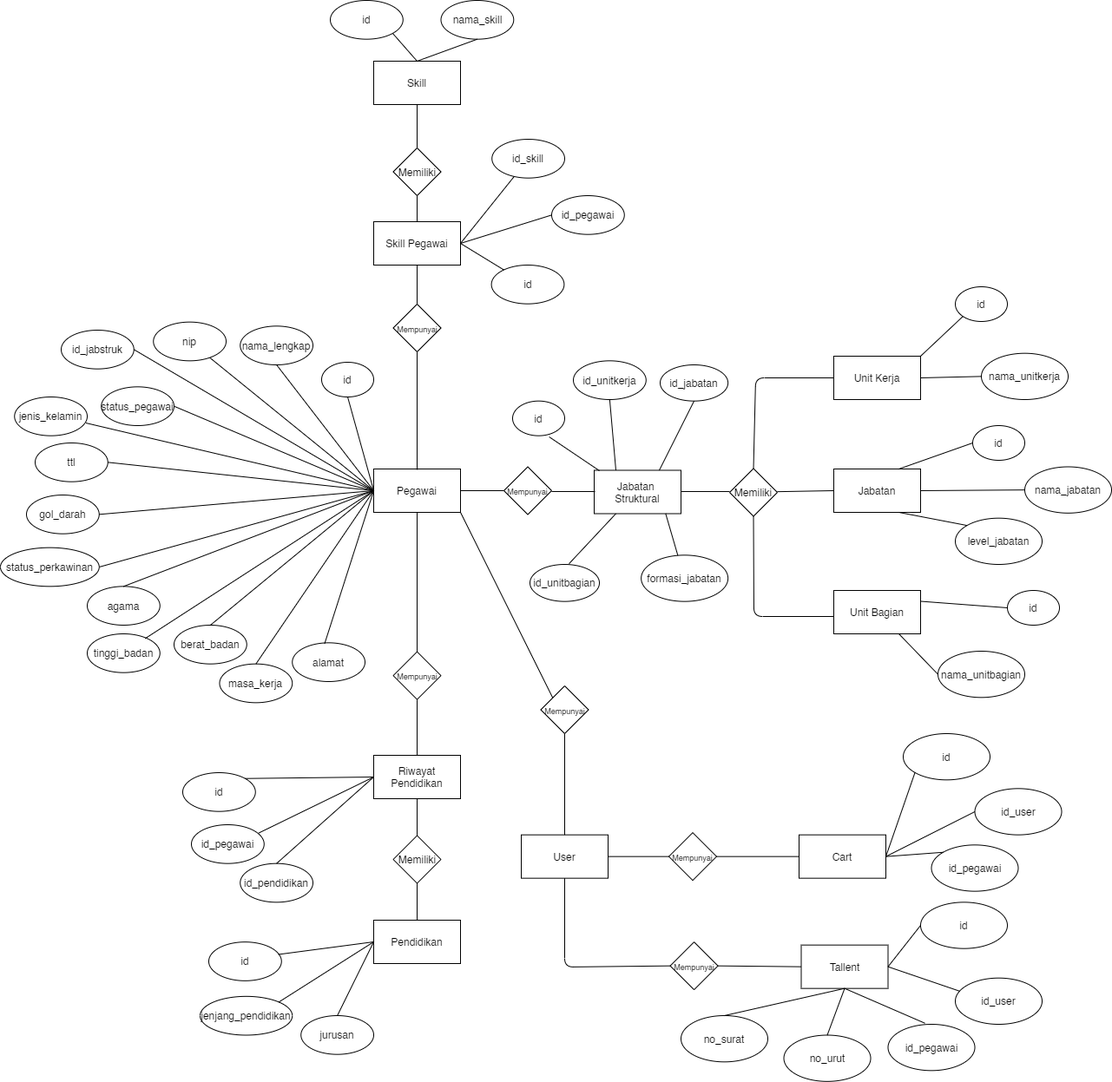
zakariawahyu/bukuPA keeps this draw.io diagram as pics/diagram/ERD.png. Above is the earlier version. Source tidied: cells renumbered, new cells last; positions are measured from the earlier drawing's top-left corner, leaving out a move shared by most shapes.
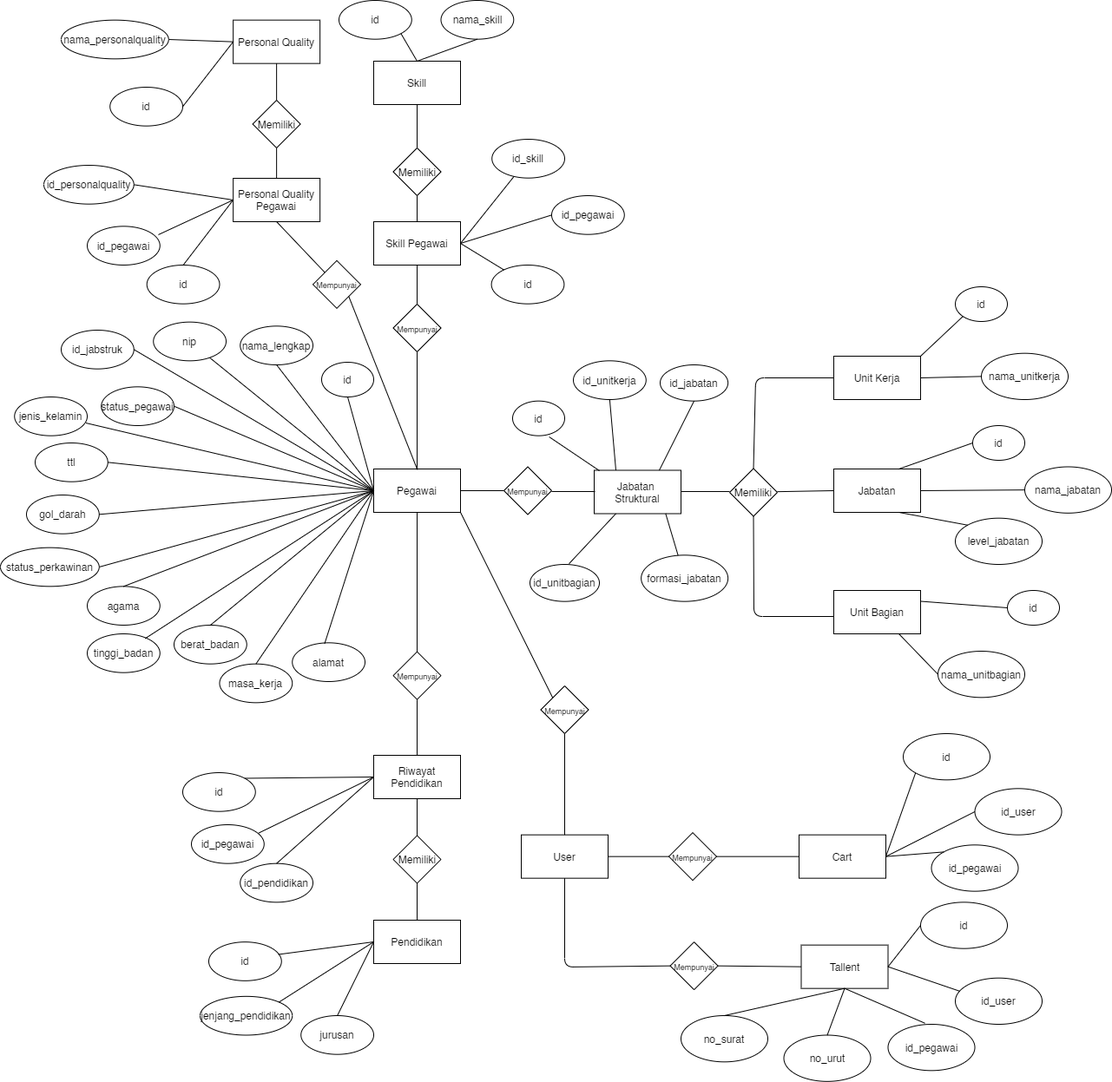
After the commit.

Diff of the diagram source:
```diff
@@ -340,7 +340,7 @@
       <mxGeometry relative="1" as="geometry" />
     </mxCell>
     <mxCell id="108" value="id" style="ellipse;whiteSpace=wrap;html=1;fillColor=none;gradientColor=none;align=center;" parent="1" vertex="1">
-      <mxGeometry x="380" width="83.8" height="44.7" as="geometry" />
+      <mxGeometry x="390" width="83.8" height="44.7" as="geometry" />
     </mxCell>
     <mxCell id="109" value="nama_skill" style="ellipse;whiteSpace=wrap;html=1;fillColor=none;gradientColor=none;align=center;" parent="1" vertex="1">
       <mxGeometry x="507.5" width="83.8" height="44.7" as="geometry" />
@@ -418,5 +418,59 @@
     <mxCell id="132" style="endArrow=none;html=1;entryX=0;entryY=0.5;entryDx=0;entryDy=0;exitX=1;exitY=0.5;exitDx=0;exitDy=0;" parent="1" edge="1" source="46" target="47">
       <mxGeometry relative="1" as="geometry" />
     </mxCell>
+    <mxCell id="133" value="Personal Quality&lt;br&gt;Pegawai" style="rounded=0;whiteSpace=wrap;html=1;fillColor=none;gradientColor=none;align=center;" parent="1" vertex="1">
+      <mxGeometry x="268.1" y="205" width="100" height="50" as="geometry" />
+    </mxCell>
+    <mxCell id="134" value="&lt;font style=&quot;font-size: 9px&quot;&gt;Mempunyai&lt;/font&gt;" style="rhombus;whiteSpace=wrap;html=1;fillColor=none;gradientColor=none;align=center;" parent="1" vertex="1">
+      <mxGeometry x="360" y="299.8" width="55" height="55" as="geometry" />
+    </mxCell>
+    <mxCell id="135" value="Personal Quality" style="rounded=0;whiteSpace=wrap;html=1;fillColor=none;gradientColor=none;align=center;" parent="1" vertex="1">
+      <mxGeometry x="268.1" y="22.7" width="100" height="50" as="geometry" />
+    </mxCell>
+    <mxCell id="136" value="Memiliki" style="rhombus;whiteSpace=wrap;html=1;fillColor=none;gradientColor=none;align=center;" parent="1" vertex="1">
+      <mxGeometry x="290.6" y="115" width="55" height="55" as="geometry" />
+    </mxCell>
+    <mxCell id="137" style="endArrow=none;html=1;exitX=0.5;exitY=0;exitDx=0;exitDy=0;entryX=0.5;entryY=1;entryDx=0;entryDy=0;" parent="1" edge="1" source="133" target="136">
+      <mxGeometry relative="1" as="geometry" />
+    </mxCell>
+    <mxCell id="138" style="endArrow=none;html=1;exitX=0.5;exitY=0;exitDx=0;exitDy=0;" parent="1" edge="1" source="136" target="135">
+      <mxGeometry relative="1" as="geometry" />
+    </mxCell>
+    <mxCell id="139" value="id" style="ellipse;whiteSpace=wrap;html=1;fillColor=none;gradientColor=none;align=center;" parent="1" vertex="1">
+      <mxGeometry x="168.7" y="305" width="83.8" height="44.7" as="geometry" />
+    </mxCell>
+    <mxCell id="140" value="id_pegawai" style="ellipse;whiteSpace=wrap;html=1;fillColor=none;gradientColor=none;align=center;" parent="1" vertex="1">
+      <mxGeometry x="100" y="260.3" width="83.8" height="44.7" as="geometry" />
+    </mxCell>
+    <mxCell id="141" value="id_personalquality" style="ellipse;whiteSpace=wrap;html=1;fillColor=none;gradientColor=none;align=center;" parent="1" vertex="1">
+      <mxGeometry x="50" y="190" width="103.8" height="44.7" as="geometry" />
+    </mxCell>
+    <mxCell id="142" value="id" style="ellipse;whiteSpace=wrap;html=1;fillColor=none;gradientColor=none;align=center;" parent="1" vertex="1">
+      <mxGeometry x="126.2" y="100" width="83.8" height="44.7" as="geometry" />
+    </mxCell>
+    <mxCell id="143" value="nama_personalquality" style="ellipse;whiteSpace=wrap;html=1;fillColor=none;gradientColor=none;align=center;" parent="1" vertex="1">
+      <mxGeometry x="70" y="22.7" width="123.8" height="44.7" as="geometry" />
+    </mxCell>
+    <mxCell id="144" style="endArrow=none;html=1;exitX=1;exitY=0.5;exitDx=0;exitDy=0;entryX=0;entryY=0.5;entryDx=0;entryDy=0;" parent="1" edge="1" source="141" target="133">
+      <mxGeometry relative="1" as="geometry" />
+    </mxCell>
+    <mxCell id="145" style="endArrow=none;html=1;exitX=0.979;exitY=0.216;exitDx=0;exitDy=0;entryX=0;entryY=0.5;entryDx=0;entryDy=0;exitPerimeter=0;" parent="1" edge="1" source="140" target="133">
+      <mxGeometry relative="1" as="geometry" />
+    </mxCell>
+    <mxCell id="146" style="endArrow=none;html=1;exitX=0.5;exitY=0;exitDx=0;exitDy=0;entryX=0;entryY=0.5;entryDx=0;entryDy=0;" parent="1" edge="1" source="139" target="133">
+      <mxGeometry relative="1" as="geometry" />
+    </mxCell>
+    <mxCell id="147" style="endArrow=none;html=1;exitX=1;exitY=0.5;exitDx=0;exitDy=0;entryX=0;entryY=0.5;entryDx=0;entryDy=0;" parent="1" edge="1" source="142" target="135">
+      <mxGeometry relative="1" as="geometry" />
+    </mxCell>
+    <mxCell id="148" style="endArrow=none;html=1;exitX=1;exitY=0.5;exitDx=0;exitDy=0;entryX=0;entryY=0.5;entryDx=0;entryDy=0;" parent="1" edge="1" source="143" target="135">
+      <mxGeometry relative="1" as="geometry" />
+    </mxCell>
+    <mxCell id="149" style="endArrow=none;html=1;exitX=0.5;exitY=1;exitDx=0;exitDy=0;entryX=0;entryY=0;entryDx=0;entryDy=0;" parent="1" edge="1" source="133" target="134">
+      <mxGeometry relative="1" as="geometry" />
+    </mxCell>
+    <mxCell id="150" style="endArrow=none;html=1;exitX=1;exitY=1;exitDx=0;exitDy=0;entryX=0.5;entryY=0;entryDx=0;entryDy=0;" parent="1" edge="1" source="134" target="2">
+      <mxGeometry relative="1" as="geometry" />
+    </mxCell>
   </root>
 </mxGraphModel>
```
